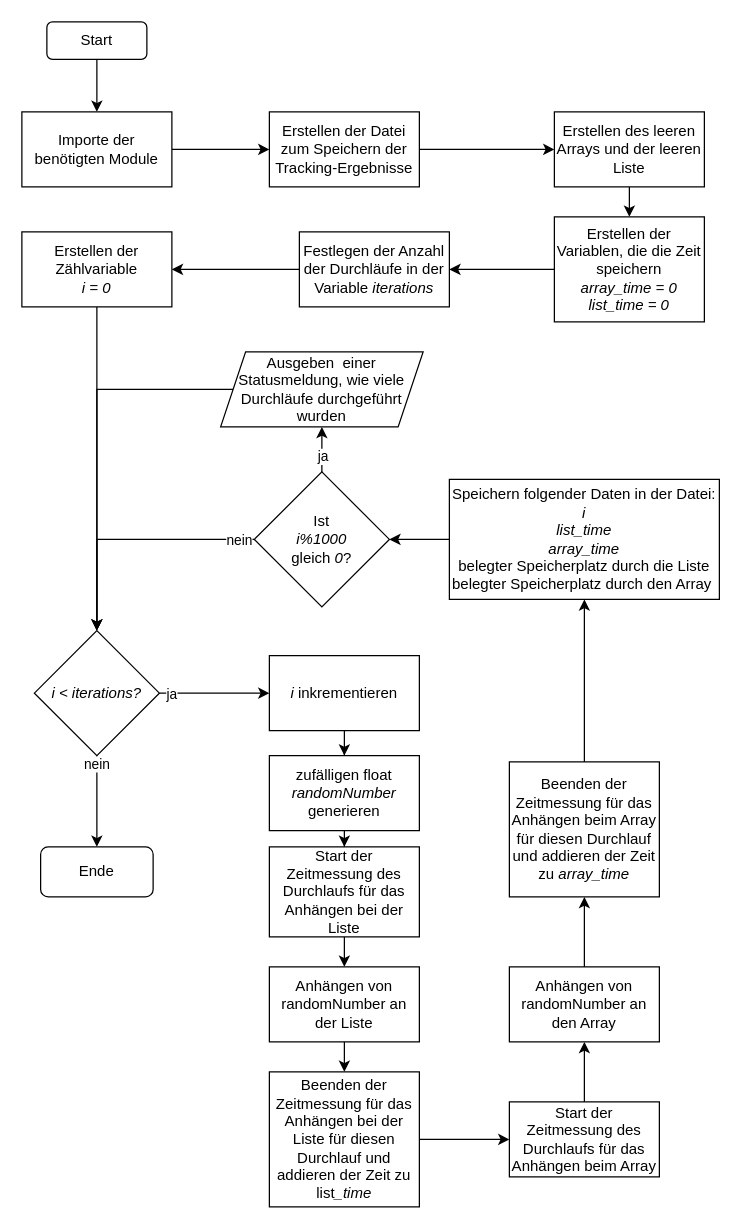
FabioKron/Facharbeit keeps this draw.io diagram as Anwendungsfaelle/test_anhaengen/Diagramme/FlussdiagrammTracking.drawio. Above is the earlier version. Source tidied: cells renumbered, new cells numbered last; positions are measured from the earlier drawing's top-left corner, leaving out a move shared by most shapes. Both pictures are drawn from the tidied source at 125%, with x=0, y=0 at pixel (21, 21).
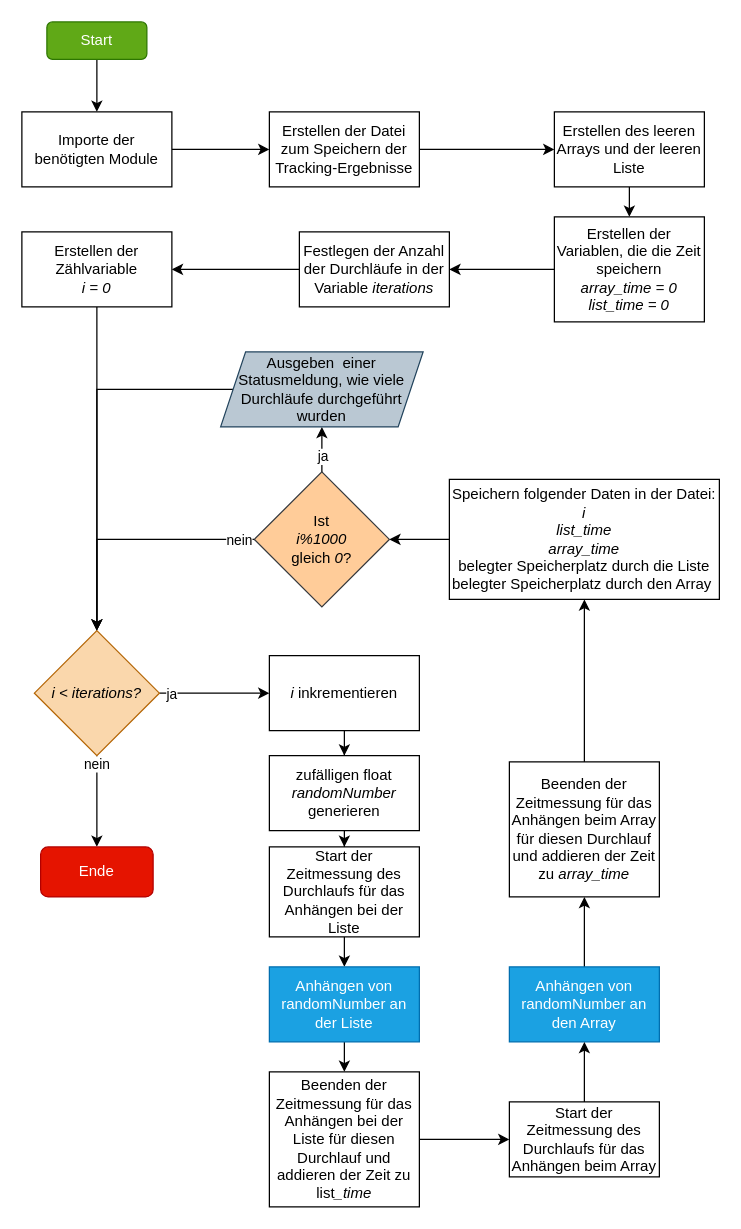
Above is the later version.

Commit message:
Hinzufügen von Farben beim Flussdigramm "Anhaengen"

Diff of the diagram source:
```diff
@@
-    <mxCell id="3" value="Start" style="rounded=1;whiteSpace=wrap;html=1;" parent="1" vertex="1">
+    <mxCell id="3" value="Start" style="rounded=1;whiteSpace=wrap;html=1;fillColor=#60a917;strokeColor=#2D7600;fontColor=#ffffff;" parent="1" vertex="1">
       <mxGeometry x="20" width="80" height="30" as="geometry" />
     </mxCell>
@@
-    <mxCell id="20" value="&lt;i&gt;i &amp;lt; iterations?&lt;/i&gt;" style="rhombus;whiteSpace=wrap;html=1;" parent="1" vertex="1">
+    <mxCell id="20" value="&lt;i&gt;i &amp;lt; iterations?&lt;/i&gt;" style="rhombus;whiteSpace=wrap;html=1;fillColor=#fad7ac;strokeColor=#b46504;" parent="1" vertex="1">
       <mxGeometry x="10" y="487" width="100" height="100" as="geometry" />
     </mxCell>
-    <mxCell id="21" value="Ende" style="rounded=1;whiteSpace=wrap;html=1;" parent="1" vertex="1">
+    <mxCell id="21" value="Ende" style="rounded=1;whiteSpace=wrap;html=1;fillColor=#e51400;strokeColor=#B20000;fontColor=#ffffff;" parent="1" vertex="1">
       <mxGeometry x="15" y="660" width="90" height="40" as="geometry" />
     </mxCell>
@@
-    <mxCell id="29" value="Anhängen von randomNumber an der Liste" style="rounded=0;whiteSpace=wrap;html=1;" parent="1" vertex="1">
+    <mxCell id="29" value="Anhängen von randomNumber an der Liste" style="rounded=0;whiteSpace=wrap;html=1;fillColor=#1ba1e2;strokeColor=#006EAF;fontColor=#ffffff;" parent="1" vertex="1">
       <mxGeometry x="198" y="756" width="120" height="60" as="geometry" />
     </mxCell>
@@
-    <mxCell id="42" value="Ist&lt;br&gt;&lt;i&gt;i%1000&lt;br&gt;&lt;/i&gt;gleich &lt;i&gt;0&lt;/i&gt;?" style="rhombus;whiteSpace=wrap;html=1;" parent="1" vertex="1">
+    <mxCell id="42" value="Ist&lt;br&gt;&lt;i&gt;i%1000&lt;br&gt;&lt;/i&gt;gleich &lt;i&gt;0&lt;/i&gt;?" style="rhombus;whiteSpace=wrap;html=1;fillColor=#ffcc99;strokeColor=#36393d;" parent="1" vertex="1">
       <mxGeometry x="186" y="360" width="108" height="108" as="geometry" />
     </mxCell>
@@
-    <mxCell id="44" value="Anhängen von randomNumber an den Array" style="rounded=0;whiteSpace=wrap;html=1;" parent="1" vertex="1">
+    <mxCell id="44" value="Anhängen von randomNumber an den Array" style="rounded=0;whiteSpace=wrap;html=1;fillColor=#1ba1e2;strokeColor=#006EAF;fontColor=#ffffff;" parent="1" vertex="1">
       <mxGeometry x="390" y="756" width="120" height="60" as="geometry" />
     </mxCell>
@@
-    <mxCell id="46" value="&lt;span&gt;Ausgeben&amp;nbsp; einer Statusmeldung, wie viele Durchläufe durchgeführt wurden&lt;/span&gt;" style="shape=parallelogram;perimeter=parallelogramPerimeter;whiteSpace=wrap;html=1;fixedSize=1;" parent="1" vertex="1">
+    <mxCell id="46" value="&lt;span&gt;Ausgeben&amp;nbsp; einer Statusmeldung, wie viele Durchläufe durchgeführt wurden&lt;/span&gt;" style="shape=parallelogram;perimeter=parallelogramPerimeter;whiteSpace=wrap;html=1;fixedSize=1;fillColor=#bac8d3;strokeColor=#23445d;" parent="1" vertex="1">
       <mxGeometry x="159" y="264" width="162" height="60" as="geometry" />
     </mxCell>
```
